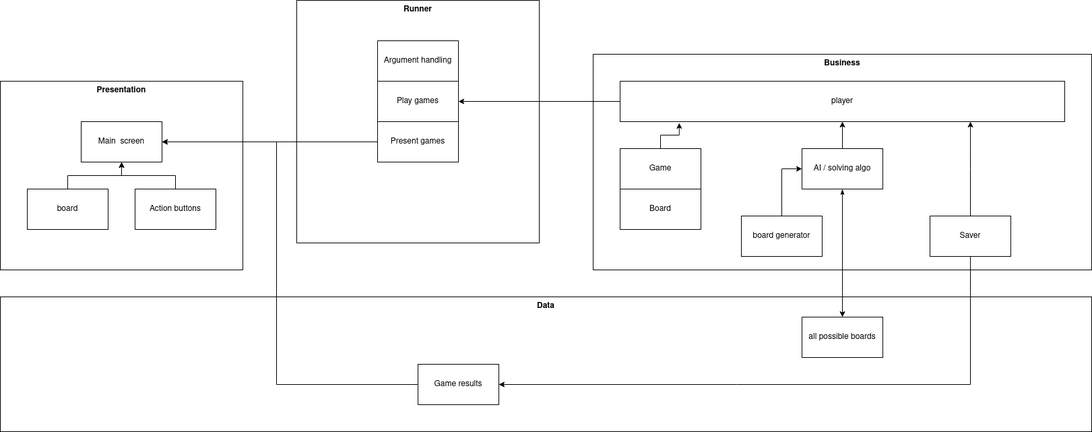
LuukHenk/2048-Solver keeps this draw.io diagram as design.png. Above is the earlier version. Source tidied: cells renumbered, new cells last; positions are measured from the earlier drawing's top-left corner, leaving out a move shared by most shapes.
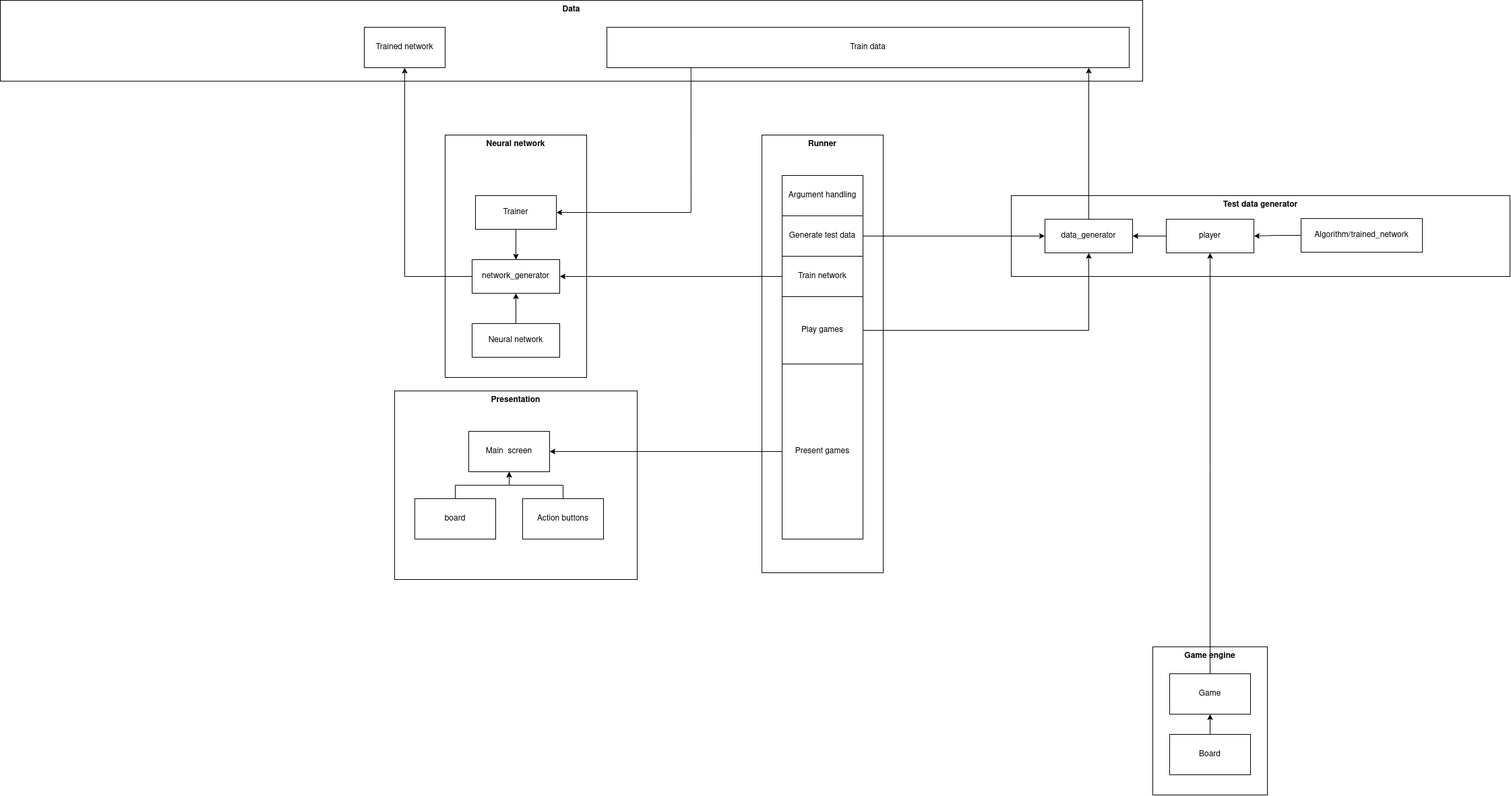
After the commit.

What changed in the source:
```diff
@@ -2,101 +2,126 @@
   <root>
     <mxCell id="0" />
     <mxCell id="1" parent="0" />
+    <mxCell id="31" value="Neural network" style="rounded=0;whiteSpace=wrap;html=1;fontStyle=1;verticalAlign=top;" parent="1" vertex="1">
+      <mxGeometry x="60" width="210" height="360" as="geometry" />
+    </mxCell>
+    <mxCell id="32" value="Game engine" style="rounded=0;whiteSpace=wrap;html=1;verticalAlign=top;fontStyle=1;" parent="1" vertex="1">
+      <mxGeometry x="1110" y="760" width="170" height="220" as="geometry" />
+    </mxCell>
     <mxCell id="2" value="&lt;b&gt;Data&lt;/b&gt;" style="rounded=0;whiteSpace=wrap;html=1;verticalAlign=top;" parent="1" vertex="1">
-      <mxGeometry y="440" width="1620" height="200" as="geometry" />
+      <mxGeometry x="-600" y="-200" width="1695" height="120" as="geometry" />
     </mxCell>
     <mxCell id="3" value="Presentation" style="rounded=0;whiteSpace=wrap;html=1;verticalAlign=top;fontStyle=1;" parent="1" vertex="1">
-      <mxGeometry y="120" width="360" height="280" as="geometry" />
+      <mxGeometry x="-15" y="380" width="360" height="280" as="geometry" />
     </mxCell>
     <mxCell id="4" value="Main&amp;nbsp; screen" style="rounded=0;whiteSpace=wrap;html=1;" parent="1" vertex="1">
-      <mxGeometry x="120" y="180" width="120" height="60" as="geometry" />
+      <mxGeometry x="95" y="440" width="120" height="60" as="geometry" />
     </mxCell>
     <mxCell id="5" style="edgeStyle=orthogonalEdgeStyle;rounded=0;jettySize=auto;html=1;entryX=0.5;entryY=1;entryDx=0;entryDy=0;" parent="1" edge="1" source="6" target="4">
       <mxGeometry relative="1" as="geometry" />
     </mxCell>
     <mxCell id="6" value="board" style="rounded=0;whiteSpace=wrap;html=1;" parent="1" vertex="1">
-      <mxGeometry x="40" y="280" width="120" height="60" as="geometry" />
+      <mxGeometry x="15" y="540" width="120" height="60" as="geometry" />
     </mxCell>
     <mxCell id="7" style="edgeStyle=orthogonalEdgeStyle;rounded=0;jettySize=auto;html=1;entryX=0.5;entryY=1;entryDx=0;entryDy=0;" parent="1" edge="1" source="8" target="4">
       <mxGeometry relative="1" as="geometry" />
     </mxCell>
     <mxCell id="8" value="Action buttons" style="rounded=0;whiteSpace=wrap;html=1;" parent="1" vertex="1">
-      <mxGeometry x="200" y="280" width="120" height="60" as="geometry" />
+      <mxGeometry x="175" y="540" width="120" height="60" as="geometry" />
     </mxCell>
     <mxCell id="9" value="&lt;b&gt;Runner&lt;/b&gt;" style="rounded=0;whiteSpace=wrap;html=1;verticalAlign=top;" parent="1" vertex="1">
-      <mxGeometry x="440" width="360" height="360" as="geometry" />
+      <mxGeometry x="530" width="180" height="650" as="geometry" />
     </mxCell>
     <mxCell id="10" value="Argument handling" style="rounded=0;whiteSpace=wrap;html=1;" parent="1" vertex="1">
       <mxGeometry x="560" y="60" width="120" height="60" as="geometry" />
     </mxCell>
-    <mxCell id="11" value="&lt;b&gt;Business&lt;/b&gt;" style="rounded=0;whiteSpace=wrap;html=1;verticalAlign=top;" parent="1" vertex="1">
-      <mxGeometry x="880" y="80" width="740" height="320" as="geometry" />
+    <mxCell id="11" value="&lt;b&gt;Test data generator&lt;/b&gt;" style="rounded=0;whiteSpace=wrap;html=1;verticalAlign=top;" parent="1" vertex="1">
+      <mxGeometry x="900" y="90" width="740" height="120" as="geometry" />
     </mxCell>
+    <mxCell id="33" style="edgeStyle=orthogonalEdgeStyle;rounded=0;jettySize=auto;html=1;entryX=0;entryY=0.5;entryDx=0;entryDy=0;" parent="1" edge="1" source="12" target="42">
+      <mxGeometry relative="1" as="geometry" />
+    </mxCell>
-    <mxCell id="12" value="Play games" style="rounded=0;whiteSpace=wrap;html=1;" parent="1" vertex="1">
+    <mxCell id="12" value="Generate test data" style="rounded=0;whiteSpace=wrap;html=1;" parent="1" vertex="1">
       <mxGeometry x="560" y="120" width="120" height="60" as="geometry" />
     </mxCell>
-    <mxCell id="13" style="edgeStyle=orthogonalEdgeStyle;rounded=0;jettySize=auto;html=1;entryX=1;entryY=0.5;entryDx=0;entryDy=0;" parent="1" edge="1" source="14" target="12">
-      <mxGeometry relative="1" as="geometry" />
-    </mxCell>
-    <mxCell id="14" value="player" style="rounded=0;whiteSpace=wrap;html=1;" parent="1" vertex="1">
-      <mxGeometry x="920" y="120" width="660" height="60" as="geometry" />
-    </mxCell>
-    <mxCell id="15" style="edgeStyle=orthogonalEdgeStyle;rounded=0;jettySize=auto;html=1;entryX=0.133;entryY=1.033;entryDx=0;entryDy=0;entryPerimeter=0;" parent="1" edge="1" source="16" target="14">
+    <mxCell id="15" style="edgeStyle=orthogonalEdgeStyle;rounded=0;jettySize=auto;html=1;entryX=0.5;entryY=1;entryDx=0;entryDy=0;" parent="1" edge="1" source="16" target="14">
       <mxGeometry relative="1" as="geometry" />
     </mxCell>
     <mxCell id="16" value="Game" style="rounded=0;whiteSpace=wrap;html=1;" parent="1" vertex="1">
-      <mxGeometry x="920" y="220" width="120" height="60" as="geometry" />
+      <mxGeometry x="1135" y="800" width="120" height="60" as="geometry" />
     </mxCell>
+    <mxCell id="34" style="edgeStyle=orthogonalEdgeStyle;rounded=0;jettySize=auto;html=1;entryX=0.5;entryY=1;entryDx=0;entryDy=0;" parent="1" edge="1" source="17" target="16">
+      <mxGeometry relative="1" as="geometry" />
+    </mxCell>
     <mxCell id="17" value="Board" style="rounded=0;whiteSpace=wrap;html=1;" parent="1" vertex="1">
-      <mxGeometry x="920" y="280" width="120" height="60" as="geometry" />
+      <mxGeometry x="1135" y="890" width="120" height="60" as="geometry" />
     </mxCell>
-    <mxCell id="18" style="edgeStyle=orthogonalEdgeStyle;rounded=0;jettySize=auto;html=1;entryX=0.5;entryY=1;entryDx=0;entryDy=0;" parent="1" edge="1" source="20" target="14">
-      <mxGeometry relative="1" as="geometry" />
-    </mxCell>
-    <mxCell id="19" style="edgeStyle=orthogonalEdgeStyle;rounded=0;jettySize=auto;html=1;startArrow=classicThin;startFill=1;" parent="1" edge="1" source="20" target="26">
-      <mxGeometry relative="1" as="geometry" />
-    </mxCell>
-    <mxCell id="20" value="AI / solving algo" style="rounded=0;whiteSpace=wrap;html=1;" parent="1" vertex="1">
-      <mxGeometry x="1190" y="220" width="120" height="60" as="geometry" />
-    </mxCell>
-    <mxCell id="21" style="edgeStyle=orthogonalEdgeStyle;rounded=0;jettySize=auto;html=1;entryX=0.788;entryY=1;entryDx=0;entryDy=0;entryPerimeter=0;startArrow=none;startFill=0;" parent="1" edge="1" source="23" target="14">
-      <mxGeometry relative="1" as="geometry" />
-    </mxCell>
-    <mxCell id="22" style="edgeStyle=orthogonalEdgeStyle;rounded=0;jettySize=auto;html=1;entryX=1;entryY=0.5;entryDx=0;entryDy=0;startArrow=none;startFill=0;" parent="1" edge="1" source="23" target="25">
-      <mxGeometry relative="1" as="geometry">
-        <Array as="points">
-          <mxPoint x="1440" y="570" />
-        </Array>
-      </mxGeometry>
-    </mxCell>
-    <mxCell id="23" value="Saver" style="rounded=0;whiteSpace=wrap;html=1;" parent="1" vertex="1">
-      <mxGeometry x="1380" y="320" width="120" height="60" as="geometry" />
-    </mxCell>
-    <mxCell id="24" style="edgeStyle=orthogonalEdgeStyle;rounded=0;jettySize=auto;html=1;entryX=1;entryY=0.5;entryDx=0;entryDy=0;startArrow=none;startFill=0;" parent="1" edge="1" source="25" target="4">
-      <mxGeometry relative="1" as="geometry">
-        <Array as="points">
-          <mxPoint x="410" y="570" />
-          <mxPoint x="410" y="210" />
-        </Array>
-      </mxGeometry>
-    </mxCell>
+    <mxCell id="35" style="edgeStyle=orthogonalEdgeStyle;rounded=0;jettySize=auto;html=1;entryX=1;entryY=0.5;entryDx=0;entryDy=0;exitX=0.161;exitY=0.998;exitDx=0;exitDy=0;exitPerimeter=0;" parent="1" edge="1" source="25" target="48">
+      <mxGeometry relative="1" as="geometry" />
+    </mxCell>
-    <mxCell id="25" value="Game results" style="rounded=0;whiteSpace=wrap;html=1;" parent="1" vertex="1">
-      <mxGeometry x="620" y="540" width="120" height="60" as="geometry" />
+    <mxCell id="25" value="Train data" style="rounded=0;whiteSpace=wrap;html=1;" parent="1" vertex="1">
+      <mxGeometry x="300" y="-160" width="775" height="60" as="geometry" />
     </mxCell>
-    <mxCell id="26" value="all possible boards" style="rounded=0;whiteSpace=wrap;html=1;" parent="1" vertex="1">
-      <mxGeometry x="1190" y="470" width="120" height="60" as="geometry" />
-    </mxCell>
     <mxCell id="27" style="edgeStyle=orthogonalEdgeStyle;rounded=0;jettySize=auto;html=1;entryX=1;entryY=0.5;entryDx=0;entryDy=0;" parent="1" edge="1" source="28" target="4">
       <mxGeometry relative="1" as="geometry" />
     </mxCell>
     <mxCell id="28" value="Present games" style="rounded=0;whiteSpace=wrap;html=1;" parent="1" vertex="1">
-      <mxGeometry x="560" y="180" width="120" height="60" as="geometry" />
+      <mxGeometry x="560" y="340" width="120" height="260" as="geometry" />
     </mxCell>
-    <mxCell id="29" style="edgeStyle=orthogonalEdgeStyle;rounded=0;jettySize=auto;html=1;entryX=0;entryY=0.5;entryDx=0;entryDy=0;" parent="1" edge="1" source="30" target="20">
-      <mxGeometry relative="1" as="geometry" />
-    </mxCell>
-    <mxCell id="30" value="board generator" style="rounded=0;whiteSpace=wrap;html=1;" parent="1" vertex="1">
-      <mxGeometry x="1100" y="320" width="120" height="60" as="geometry" />
-    </mxCell>
+    <mxCell id="36" style="edgeStyle=orthogonalEdgeStyle;rounded=0;jettySize=auto;html=1;entryX=1;entryY=0.5;entryDx=0;entryDy=0;" parent="1" edge="1" source="37" target="50">
+      <mxGeometry relative="1" as="geometry" />
+    </mxCell>
+    <mxCell id="37" value="Train network" style="rounded=0;whiteSpace=wrap;html=1;" parent="1" vertex="1">
+      <mxGeometry x="560" y="180" width="120" height="60" as="geometry" />
+    </mxCell>
+    <mxCell id="38" style="edgeStyle=orthogonalEdgeStyle;rounded=0;jettySize=auto;html=1;entryX=0.5;entryY=1;entryDx=0;entryDy=0;" parent="1" edge="1" source="39" target="42">
+      <mxGeometry relative="1" as="geometry" />
+    </mxCell>
+    <mxCell id="39" value="Play games" style="rounded=0;whiteSpace=wrap;html=1;" parent="1" vertex="1">
+      <mxGeometry x="560" y="240" width="120" height="100" as="geometry" />
+    </mxCell>
+    <mxCell id="40" style="edgeStyle=orthogonalEdgeStyle;rounded=0;jettySize=auto;html=1;entryX=1;entryY=0.5;entryDx=0;entryDy=0;" parent="1" edge="1" source="14" target="42">
+      <mxGeometry relative="1" as="geometry" />
+    </mxCell>
+    <mxCell id="14" value="player" style="rounded=0;whiteSpace=wrap;html=1;" parent="1" vertex="1">
+      <mxGeometry x="1130" y="125" width="130" height="50" as="geometry" />
+    </mxCell>
+    <mxCell id="41" style="edgeStyle=orthogonalEdgeStyle;rounded=0;jettySize=auto;html=1;" parent="1" edge="1" source="42" target="25">
+      <mxGeometry relative="1" as="geometry">
+        <Array as="points">
+          <mxPoint x="1015" y="-110" />
+        </Array>
+      </mxGeometry>
+    </mxCell>
+    <mxCell id="42" value="data_generator" style="rounded=0;whiteSpace=wrap;html=1;" parent="1" vertex="1">
+      <mxGeometry x="950" y="125" width="130" height="50" as="geometry" />
+    </mxCell>
+    <mxCell id="43" style="edgeStyle=orthogonalEdgeStyle;rounded=0;jettySize=auto;html=1;entryX=1;entryY=0.5;entryDx=0;entryDy=0;" parent="1" edge="1" source="44" target="14">
+      <mxGeometry relative="1" as="geometry" />
+    </mxCell>
+    <mxCell id="44" value="Algorithm/trained_network" style="rounded=0;whiteSpace=wrap;html=1;" parent="1" vertex="1">
+      <mxGeometry x="1330" y="124" width="180" height="50" as="geometry" />
+    </mxCell>
+    <mxCell id="45" style="edgeStyle=orthogonalEdgeStyle;rounded=0;jettySize=auto;html=1;entryX=0.5;entryY=1;entryDx=0;entryDy=0;" parent="1" edge="1" source="46" target="50">
+      <mxGeometry relative="1" as="geometry" />
+    </mxCell>
+    <mxCell id="46" value="Neural network" style="rounded=0;whiteSpace=wrap;html=1;" parent="1" vertex="1">
+      <mxGeometry x="100" y="280" width="130" height="50" as="geometry" />
+    </mxCell>
+    <mxCell id="47" style="edgeStyle=orthogonalEdgeStyle;rounded=0;jettySize=auto;html=1;entryX=0.5;entryY=0;entryDx=0;entryDy=0;" parent="1" edge="1" source="48" target="50">
+      <mxGeometry relative="1" as="geometry" />
+    </mxCell>
+    <mxCell id="48" value="Trainer" style="rounded=0;whiteSpace=wrap;html=1;" parent="1" vertex="1">
+      <mxGeometry x="105" y="90" width="120" height="50" as="geometry" />
+    </mxCell>
+    <mxCell id="49" style="edgeStyle=orthogonalEdgeStyle;rounded=0;jettySize=auto;html=1;entryX=0.5;entryY=1;entryDx=0;entryDy=0;" parent="1" edge="1" source="50" target="51">
+      <mxGeometry relative="1" as="geometry" />
+    </mxCell>
+    <mxCell id="50" value="&lt;div&gt;network_generator&lt;/div&gt;" style="rounded=0;whiteSpace=wrap;html=1;" parent="1" vertex="1">
+      <mxGeometry x="100" y="185" width="130" height="50" as="geometry" />
+    </mxCell>
+    <mxCell id="51" value="Trained network" style="rounded=0;whiteSpace=wrap;html=1;" parent="1" vertex="1">
+      <mxGeometry x="-60" y="-160" width="120" height="60" as="geometry" />
+    </mxCell>
   </root>
 </mxGraphModel>
```
